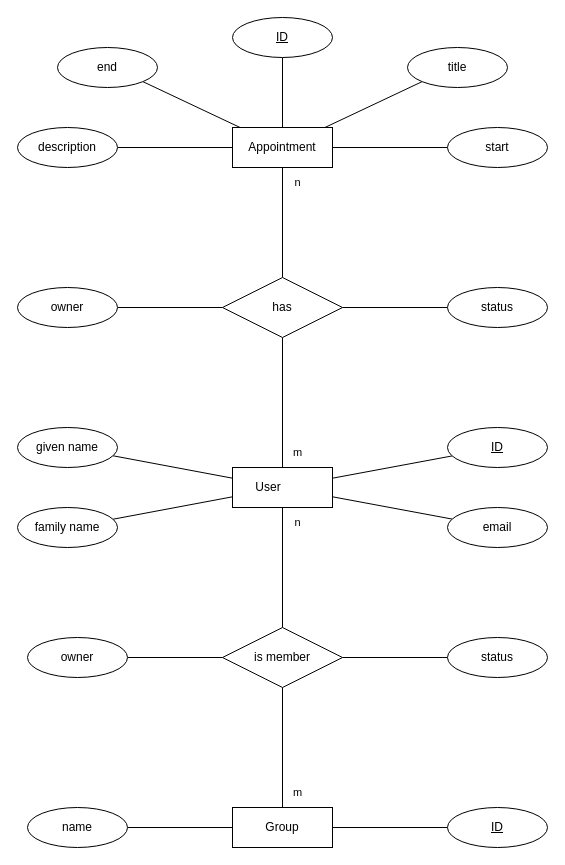
tillpistiak/softwaretechnik-workshop-bht-2023 keeps this draw.io diagram as documentation/diagrams/swt_appointment_er.drawio. Above is the earlier version. Source tidied: cells renumbered, new cells numbered last; positions are measured from the earlier drawing's top-left corner, leaving out a move shared by most shapes. Both pictures are drawn from the tidied source at 100%, with x=0, y=0 at pixel (17, 17).
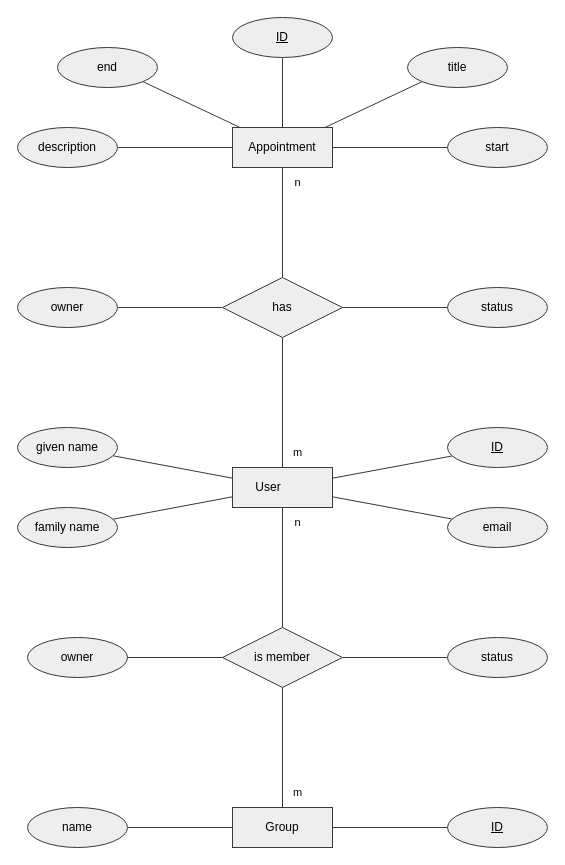
Above is the later version.

What changed in the source:
```diff
@@
-<mxGraphModel>
+<mxGraphModel background="#ffffff">
@@
-    <mxCell id="2" style="rounded=0;jettySize=auto;html=1;entryX=0.5;entryY=1;entryDx=0;entryDy=0;endArrow=none;endFill=0;" parent="1" edge="1" source="6" target="24">
+    <mxCell id="2" style="rounded=0;jettySize=auto;html=1;entryX=0.5;entryY=1;entryDx=0;entryDy=0;endArrow=none;endFill=0;labelBackgroundColor=none;fillColor=#eeeeee;strokeColor=#36393d;fontColor=#000000;" parent="1" edge="1" source="6" target="24">
       <mxGeometry relative="1" as="geometry" />
     </mxCell>
-    <mxCell id="3" style="edgeStyle=none;shape=connector;rounded=0;jettySize=auto;html=1;labelBackgroundColor=default;strokeColor=default;align=center;verticalAlign=middle;fontFamily=Helvetica;fontSize=11;fontColor=default;startArrow=none;startFill=0;endArrow=none;endFill=0;" parent="1" edge="1" source="6" target="15">
+    <mxCell id="3" style="edgeStyle=none;shape=connector;rounded=0;jettySize=auto;html=1;labelBackgroundColor=none;strokeColor=#36393d;align=center;verticalAlign=middle;fontFamily=Helvetica;fontSize=11;fontColor=#000000;startArrow=none;startFill=0;endArrow=none;endFill=0;fillColor=#eeeeee;" parent="1" edge="1" source="6" target="15">
       <mxGeometry relative="1" as="geometry" />
     </mxCell>
-    <mxCell id="4" style="edgeStyle=none;shape=connector;rounded=0;jettySize=auto;html=1;labelBackgroundColor=default;strokeColor=default;align=center;verticalAlign=middle;fontFamily=Helvetica;fontSize=11;fontColor=default;startArrow=none;startFill=0;endArrow=none;endFill=0;" parent="1" edge="1" source="6" target="32">
+    <mxCell id="4" style="edgeStyle=none;shape=connector;rounded=0;jettySize=auto;html=1;labelBackgroundColor=none;strokeColor=#36393d;align=center;verticalAlign=middle;fontFamily=Helvetica;fontSize=11;fontColor=#000000;startArrow=none;startFill=0;endArrow=none;endFill=0;fillColor=#eeeeee;" parent="1" edge="1" source="6" target="32">
       <mxGeometry relative="1" as="geometry" />
     </mxCell>
-    <mxCell id="5" style="edgeStyle=none;shape=connector;rounded=0;jettySize=auto;html=1;entryX=0.5;entryY=0;entryDx=0;entryDy=0;labelBackgroundColor=default;strokeColor=default;align=center;verticalAlign=middle;fontFamily=Helvetica;fontSize=11;fontColor=default;startArrow=none;startFill=0;endArrow=none;endFill=0;" parent="1" edge="1" source="6" target="35">
+    <mxCell id="5" style="edgeStyle=none;shape=connector;rounded=0;jettySize=auto;html=1;entryX=0.5;entryY=0;entryDx=0;entryDy=0;labelBackgroundColor=none;strokeColor=#36393d;align=center;verticalAlign=middle;fontFamily=Helvetica;fontSize=11;fontColor=#000000;startArrow=none;startFill=0;endArrow=none;endFill=0;fillColor=#eeeeee;" parent="1" edge="1" source="6" target="35">
       <mxGeometry relative="1" as="geometry" />
     </mxCell>
-    <mxCell id="6" value="User&lt;span style=&quot;white-space: pre;&quot;&gt;&#9;&lt;/span&gt;" style="whiteSpace=wrap;html=1;align=center;" parent="1" vertex="1">
+    <mxCell id="6" value="User&lt;span style=&quot;white-space: pre;&quot;&gt;&#9;&lt;/span&gt;" style="whiteSpace=wrap;html=1;align=center;labelBackgroundColor=none;fillColor=#eeeeee;strokeColor=#36393d;fontColor=#000000;" parent="1" vertex="1">
       <mxGeometry x="215" y="450" width="100" height="40" as="geometry" />
     </mxCell>
-    <mxCell id="7" style="rounded=0;jettySize=auto;html=1;entryX=1;entryY=1;entryDx=0;entryDy=0;endArrow=none;endFill=0;" parent="1" edge="1" source="11" target="20">
+    <mxCell id="7" style="rounded=0;jettySize=auto;html=1;entryX=1;entryY=1;entryDx=0;entryDy=0;endArrow=none;endFill=0;labelBackgroundColor=none;fillColor=#eeeeee;strokeColor=#36393d;fontColor=#000000;" parent="1" edge="1" source="11" target="20">
       <mxGeometry relative="1" as="geometry" />
     </mxCell>
-    <mxCell id="8" style="edgeStyle=orthogonalEdgeStyle;rounded=0;jettySize=auto;html=1;entryX=0.5;entryY=1;entryDx=0;entryDy=0;endArrow=none;endFill=0;" parent="1" edge="1" source="11" target="14">
+    <mxCell id="8" style="edgeStyle=orthogonalEdgeStyle;rounded=0;jettySize=auto;html=1;entryX=0.5;entryY=1;entryDx=0;entryDy=0;endArrow=none;endFill=0;labelBackgroundColor=none;fillColor=#eeeeee;strokeColor=#36393d;fontColor=#000000;" parent="1" edge="1" source="11" target="14">
       <mxGeometry relative="1" as="geometry" />
     </mxCell>
-    <mxCell id="9" style="rounded=0;jettySize=auto;html=1;entryX=0;entryY=1;entryDx=0;entryDy=0;endArrow=none;endFill=0;" parent="1" edge="1" source="11" target="17">
+    <mxCell id="9" style="rounded=0;jettySize=auto;html=1;entryX=0;entryY=1;entryDx=0;entryDy=0;endArrow=none;endFill=0;labelBackgroundColor=none;fillColor=#eeeeee;strokeColor=#36393d;fontColor=#000000;" parent="1" edge="1" source="11" target="17">
       <mxGeometry relative="1" as="geometry" />
     </mxCell>
-    <mxCell id="10" style="rounded=0;jettySize=auto;html=1;startArrow=none;startFill=0;endArrow=none;endFill=0;" parent="1" edge="1" source="11" target="24">
+    <mxCell id="10" style="rounded=0;jettySize=auto;html=1;startArrow=none;startFill=0;endArrow=none;endFill=0;labelBackgroundColor=none;fillColor=#eeeeee;strokeColor=#36393d;fontColor=#000000;" parent="1" edge="1" source="11" target="24">
       <mxGeometry relative="1" as="geometry" />
     </mxCell>
-    <mxCell id="11" value="Appointment" style="whiteSpace=wrap;html=1;align=center;" parent="1" vertex="1">
+    <mxCell id="11" value="Appointment" style="whiteSpace=wrap;html=1;align=center;labelBackgroundColor=none;fillColor=#eeeeee;strokeColor=#36393d;fontColor=#000000;" parent="1" vertex="1">
       <mxGeometry x="215" y="110" width="100" height="40" as="geometry" />
     </mxCell>
-    <mxCell id="12" style="edgeStyle=none;shape=connector;rounded=0;jettySize=auto;html=1;labelBackgroundColor=default;strokeColor=default;align=center;verticalAlign=middle;fontFamily=Helvetica;fontSize=11;fontColor=default;startArrow=none;startFill=0;endArrow=none;endFill=0;" parent="1" edge="1" source="13" target="16">
+    <mxCell id="12" style="edgeStyle=none;shape=connector;rounded=0;jettySize=auto;html=1;labelBackgroundColor=none;strokeColor=#36393d;align=center;verticalAlign=middle;fontFamily=Helvetica;fontSize=11;fontColor=#000000;startArrow=none;startFill=0;endArrow=none;endFill=0;fillColor=#eeeeee;" parent="1" edge="1" source="13" target="16">
       <mxGeometry relative="1" as="geometry" />
     </mxCell>
-    <mxCell id="13" value="Group" style="whiteSpace=wrap;html=1;align=center;" parent="1" vertex="1">
+    <mxCell id="13" value="Group" style="whiteSpace=wrap;html=1;align=center;labelBackgroundColor=none;fillColor=#eeeeee;strokeColor=#36393d;fontColor=#000000;" parent="1" vertex="1">
       <mxGeometry x="215" y="790" width="100" height="40" as="geometry" />
     </mxCell>
-    <mxCell id="14" value="ID" style="ellipse;whiteSpace=wrap;html=1;align=center;fontStyle=4;" parent="1" vertex="1">
+    <mxCell id="14" value="ID" style="ellipse;whiteSpace=wrap;html=1;align=center;fontStyle=4;labelBackgroundColor=none;fillColor=#eeeeee;strokeColor=#36393d;fontColor=#000000;" parent="1" vertex="1">
       <mxGeometry x="215" width="100" height="40" as="geometry" />
     </mxCell>
-    <mxCell id="15" value="ID" style="ellipse;whiteSpace=wrap;html=1;align=center;fontStyle=4;" parent="1" vertex="1">
+    <mxCell id="15" value="ID" style="ellipse;whiteSpace=wrap;html=1;align=center;fontStyle=4;labelBackgroundColor=none;fillColor=#eeeeee;strokeColor=#36393d;fontColor=#000000;" parent="1" vertex="1">
       <mxGeometry x="430" y="410" width="100" height="40" as="geometry" />
     </mxCell>
-    <mxCell id="16" value="ID" style="ellipse;whiteSpace=wrap;html=1;align=center;fontStyle=4;" parent="1" vertex="1">
+    <mxCell id="16" value="ID" style="ellipse;whiteSpace=wrap;html=1;align=center;fontStyle=4;labelBackgroundColor=none;fillColor=#eeeeee;strokeColor=#36393d;fontColor=#000000;" parent="1" vertex="1">
       <mxGeometry x="430" y="790" width="100" height="40" as="geometry" />
     </mxCell>
-    <mxCell id="17" value="title" style="ellipse;whiteSpace=wrap;html=1;align=center;" parent="1" vertex="1">
+    <mxCell id="17" value="title" style="ellipse;whiteSpace=wrap;html=1;align=center;labelBackgroundColor=none;fillColor=#eeeeee;strokeColor=#36393d;fontColor=#000000;" parent="1" vertex="1">
       <mxGeometry x="390" y="30" width="100" height="40" as="geometry" />
     </mxCell>
-    <mxCell id="18" style="rounded=0;jettySize=auto;html=1;endArrow=none;endFill=0;" parent="1" edge="1" source="19" target="11">
+    <mxCell id="18" style="rounded=0;jettySize=auto;html=1;endArrow=none;endFill=0;labelBackgroundColor=none;fillColor=#eeeeee;strokeColor=#36393d;fontColor=#000000;" parent="1" edge="1" source="19" target="11">
       <mxGeometry relative="1" as="geometry" />
     </mxCell>
-    <mxCell id="19" value="start" style="ellipse;whiteSpace=wrap;html=1;align=center;" parent="1" vertex="1">
+    <mxCell id="19" value="start" style="ellipse;whiteSpace=wrap;html=1;align=center;labelBackgroundColor=none;fillColor=#eeeeee;strokeColor=#36393d;fontColor=#000000;" parent="1" vertex="1">
       <mxGeometry x="430" y="110" width="100" height="40" as="geometry" />
     </mxCell>
-    <mxCell id="20" value="end" style="ellipse;whiteSpace=wrap;html=1;align=center;" parent="1" vertex="1">
+    <mxCell id="20" value="end" style="ellipse;whiteSpace=wrap;html=1;align=center;labelBackgroundColor=none;fillColor=#eeeeee;strokeColor=#36393d;fontColor=#000000;" parent="1" vertex="1">
       <mxGeometry x="40" y="30" width="100" height="40" as="geometry" />
     </mxCell>
-    <mxCell id="21" style="edgeStyle=orthogonalEdgeStyle;rounded=0;jettySize=auto;html=1;endArrow=none;endFill=0;" parent="1" edge="1" source="22" target="11">
+    <mxCell id="21" style="edgeStyle=orthogonalEdgeStyle;rounded=0;jettySize=auto;html=1;endArrow=none;endFill=0;labelBackgroundColor=none;fillColor=#eeeeee;strokeColor=#36393d;fontColor=#000000;" parent="1" edge="1" source="22" target="11">
       <mxGeometry relative="1" as="geometry" />
     </mxCell>
-    <mxCell id="22" value="description" style="ellipse;whiteSpace=wrap;html=1;align=center;" parent="1" vertex="1">
+    <mxCell id="22" value="description" style="ellipse;whiteSpace=wrap;html=1;align=center;labelBackgroundColor=none;fillColor=#eeeeee;strokeColor=#36393d;fontColor=#000000;" parent="1" vertex="1">
       <mxGeometry y="110" width="100" height="40" as="geometry" />
     </mxCell>
-    <mxCell id="23" style="edgeStyle=none;shape=connector;rounded=0;jettySize=auto;html=1;labelBackgroundColor=default;strokeColor=default;align=center;verticalAlign=middle;fontFamily=Helvetica;fontSize=11;fontColor=default;startArrow=none;startFill=0;endArrow=none;endFill=0;" parent="1" edge="1" source="24" target="25">
+    <mxCell id="23" style="edgeStyle=none;shape=connector;rounded=0;jettySize=auto;html=1;labelBackgroundColor=none;strokeColor=#36393d;align=center;verticalAlign=middle;fontFamily=Helvetica;fontSize=11;fontColor=#000000;startArrow=none;startFill=0;endArrow=none;endFill=0;fillColor=#eeeeee;" parent="1" edge="1" source="24" target="25">
       <mxGeometry relative="1" as="geometry" />
     </mxCell>
-    <mxCell id="24" value="has" style="shape=rhombus;perimeter=rhombusPerimeter;whiteSpace=wrap;html=1;align=center;" parent="1" vertex="1">
+    <mxCell id="24" value="has" style="shape=rhombus;perimeter=rhombusPerimeter;whiteSpace=wrap;html=1;align=center;labelBackgroundColor=none;fillColor=#eeeeee;strokeColor=#36393d;fontColor=#000000;" parent="1" vertex="1">
       <mxGeometry x="205" y="260" width="120" height="60" as="geometry" />
     </mxCell>
-    <mxCell id="25" value="status" style="ellipse;whiteSpace=wrap;html=1;align=center;" parent="1" vertex="1">
+    <mxCell id="25" value="status" style="ellipse;whiteSpace=wrap;html=1;align=center;labelBackgroundColor=none;fillColor=#eeeeee;strokeColor=#36393d;fontColor=#000000;" parent="1" vertex="1">
       <mxGeometry x="430" y="270" width="100" height="40" as="geometry" />
     </mxCell>
-    <mxCell id="26" style="edgeStyle=none;shape=connector;rounded=0;jettySize=auto;html=1;labelBackgroundColor=default;strokeColor=default;align=center;verticalAlign=middle;fontFamily=Helvetica;fontSize=11;fontColor=default;startArrow=none;startFill=0;endArrow=none;endFill=0;" parent="1" edge="1" source="27" target="24">
+    <mxCell id="26" style="edgeStyle=none;shape=connector;rounded=0;jettySize=auto;html=1;labelBackgroundColor=none;strokeColor=#36393d;align=center;verticalAlign=middle;fontFamily=Helvetica;fontSize=11;fontColor=#000000;startArrow=none;startFill=0;endArrow=none;endFill=0;fillColor=#eeeeee;" parent="1" edge="1" source="27" target="24">
       <mxGeometry relative="1" as="geometry" />
     </mxCell>
-    <mxCell id="27" value="owner" style="ellipse;whiteSpace=wrap;html=1;align=center;" parent="1" vertex="1">
+    <mxCell id="27" value="owner" style="ellipse;whiteSpace=wrap;html=1;align=center;labelBackgroundColor=none;fillColor=#eeeeee;strokeColor=#36393d;fontColor=#000000;" parent="1" vertex="1">
       <mxGeometry y="270" width="100" height="40" as="geometry" />
     </mxCell>
-    <mxCell id="28" style="edgeStyle=none;shape=connector;rounded=0;jettySize=auto;html=1;labelBackgroundColor=default;strokeColor=default;align=center;verticalAlign=middle;fontFamily=Helvetica;fontSize=11;fontColor=default;startArrow=none;startFill=0;endArrow=none;endFill=0;" parent="1" edge="1" source="29" target="6">
+    <mxCell id="28" style="edgeStyle=none;shape=connector;rounded=0;jettySize=auto;html=1;labelBackgroundColor=none;strokeColor=#36393d;align=center;verticalAlign=middle;fontFamily=Helvetica;fontSize=11;fontColor=#000000;startArrow=none;startFill=0;endArrow=none;endFill=0;fillColor=#eeeeee;" parent="1" edge="1" source="29" target="6">
       <mxGeometry relative="1" as="geometry" />
     </mxCell>
-    <mxCell id="29" value="given name" style="ellipse;whiteSpace=wrap;html=1;align=center;" parent="1" vertex="1">
+    <mxCell id="29" value="given name" style="ellipse;whiteSpace=wrap;html=1;align=center;labelBackgroundColor=none;fillColor=#eeeeee;strokeColor=#36393d;fontColor=#000000;" parent="1" vertex="1">
       <mxGeometry y="410" width="100" height="40" as="geometry" />
     </mxCell>
-    <mxCell id="30" style="edgeStyle=none;shape=connector;rounded=0;jettySize=auto;html=1;labelBackgroundColor=default;strokeColor=default;align=center;verticalAlign=middle;fontFamily=Helvetica;fontSize=11;fontColor=default;startArrow=none;startFill=0;endArrow=none;endFill=0;" parent="1" edge="1" source="31" target="6">
+    <mxCell id="30" style="edgeStyle=none;shape=connector;rounded=0;jettySize=auto;html=1;labelBackgroundColor=none;strokeColor=#36393d;align=center;verticalAlign=middle;fontFamily=Helvetica;fontSize=11;fontColor=#000000;startArrow=none;startFill=0;endArrow=none;endFill=0;fillColor=#eeeeee;" parent="1" edge="1" source="31" target="6">
       <mxGeometry relative="1" as="geometry" />
     </mxCell>
-    <mxCell id="31" value="family name" style="ellipse;whiteSpace=wrap;html=1;align=center;" parent="1" vertex="1">
+    <mxCell id="31" value="family name" style="ellipse;whiteSpace=wrap;html=1;align=center;labelBackgroundColor=none;fillColor=#eeeeee;strokeColor=#36393d;fontColor=#000000;" parent="1" vertex="1">
       <mxGeometry y="490" width="100" height="40" as="geometry" />
     </mxCell>
-    <mxCell id="32" value="email" style="ellipse;whiteSpace=wrap;html=1;align=center;" parent="1" vertex="1">
+    <mxCell id="32" value="email" style="ellipse;whiteSpace=wrap;html=1;align=center;labelBackgroundColor=none;fillColor=#eeeeee;strokeColor=#36393d;fontColor=#000000;" parent="1" vertex="1">
       <mxGeometry x="430" y="490" width="100" height="40" as="geometry" />
     </mxCell>
-    <mxCell id="33" style="edgeStyle=none;shape=connector;rounded=0;jettySize=auto;html=1;entryX=0.5;entryY=0;entryDx=0;entryDy=0;labelBackgroundColor=default;strokeColor=default;align=center;verticalAlign=middle;fontFamily=Helvetica;fontSize=11;fontColor=default;startArrow=none;startFill=0;endArrow=none;endFill=0;" parent="1" edge="1" source="35" target="13">
+    <mxCell id="33" style="edgeStyle=none;shape=connector;rounded=0;jettySize=auto;html=1;entryX=0.5;entryY=0;entryDx=0;entryDy=0;labelBackgroundColor=none;strokeColor=#36393d;align=center;verticalAlign=middle;fontFamily=Helvetica;fontSize=11;fontColor=#000000;startArrow=none;startFill=0;endArrow=none;endFill=0;fillColor=#eeeeee;" parent="1" edge="1" source="35" target="13">
       <mxGeometry relative="1" as="geometry" />
     </mxCell>
-    <mxCell id="34" style="edgeStyle=none;shape=connector;rounded=0;jettySize=auto;html=1;labelBackgroundColor=default;strokeColor=default;align=center;verticalAlign=middle;fontFamily=Helvetica;fontSize=11;fontColor=default;startArrow=none;startFill=0;endArrow=none;endFill=0;" parent="1" edge="1" source="35" target="38">
+    <mxCell id="34" style="edgeStyle=none;shape=connector;rounded=0;jettySize=auto;html=1;labelBackgroundColor=none;strokeColor=#36393d;align=center;verticalAlign=middle;fontFamily=Helvetica;fontSize=11;fontColor=#000000;startArrow=none;startFill=0;endArrow=none;endFill=0;fillColor=#eeeeee;" parent="1" edge="1" source="35" target="38">
       <mxGeometry relative="1" as="geometry" />
     </mxCell>
-    <mxCell id="35" value="is member" style="shape=rhombus;perimeter=rhombusPerimeter;whiteSpace=wrap;html=1;align=center;" parent="1" vertex="1">
+    <mxCell id="35" value="is member" style="shape=rhombus;perimeter=rhombusPerimeter;whiteSpace=wrap;html=1;align=center;labelBackgroundColor=none;fillColor=#eeeeee;strokeColor=#36393d;fontColor=#000000;" parent="1" vertex="1">
       <mxGeometry x="205" y="610" width="120" height="60" as="geometry" />
     </mxCell>
-    <mxCell id="36" style="edgeStyle=none;shape=connector;rounded=0;jettySize=auto;html=1;labelBackgroundColor=default;strokeColor=default;align=center;verticalAlign=middle;fontFamily=Helvetica;fontSize=11;fontColor=default;startArrow=none;startFill=0;endArrow=none;endFill=0;" parent="1" edge="1" source="37" target="13">
+    <mxCell id="36" style="edgeStyle=none;shape=connector;rounded=0;jettySize=auto;html=1;labelBackgroundColor=none;strokeColor=#36393d;align=center;verticalAlign=middle;fontFamily=Helvetica;fontSize=11;fontColor=#000000;startArrow=none;startFill=0;endArrow=none;endFill=0;fillColor=#eeeeee;" parent="1" edge="1" source="37" target="13">
       <mxGeometry relative="1" as="geometry" />
     </mxCell>
-    <mxCell id="37" value="name" style="ellipse;whiteSpace=wrap;html=1;align=center;" parent="1" vertex="1">
+    <mxCell id="37" value="name" style="ellipse;whiteSpace=wrap;html=1;align=center;labelBackgroundColor=none;fillColor=#eeeeee;strokeColor=#36393d;fontColor=#000000;" parent="1" vertex="1">
       <mxGeometry x="10" y="790" width="100" height="40" as="geometry" />
     </mxCell>
-    <mxCell id="38" value="status" style="ellipse;whiteSpace=wrap;html=1;align=center;" parent="1" vertex="1">
+    <mxCell id="38" value="status" style="ellipse;whiteSpace=wrap;html=1;align=center;labelBackgroundColor=none;fillColor=#eeeeee;strokeColor=#36393d;fontColor=#000000;" parent="1" vertex="1">
       <mxGeometry x="430" y="620" width="100" height="40" as="geometry" />
     </mxCell>
-    <mxCell id="39" style="edgeStyle=none;shape=connector;rounded=0;jettySize=auto;html=1;labelBackgroundColor=default;strokeColor=default;align=center;verticalAlign=middle;fontFamily=Helvetica;fontSize=11;fontColor=default;startArrow=none;startFill=0;endArrow=none;endFill=0;" parent="1" edge="1" source="40" target="35">
+    <mxCell id="39" style="edgeStyle=none;shape=connector;rounded=0;jettySize=auto;html=1;labelBackgroundColor=none;strokeColor=#36393d;align=center;verticalAlign=middle;fontFamily=Helvetica;fontSize=11;fontColor=#000000;startArrow=none;startFill=0;endArrow=none;endFill=0;fillColor=#eeeeee;" parent="1" edge="1" source="40" target="35">
       <mxGeometry relative="1" as="geometry" />
     </mxCell>
-    <mxCell id="40" value="owner" style="ellipse;whiteSpace=wrap;html=1;align=center;" parent="1" vertex="1">
+    <mxCell id="40" value="owner" style="ellipse;whiteSpace=wrap;html=1;align=center;labelBackgroundColor=none;fillColor=#eeeeee;strokeColor=#36393d;fontColor=#000000;" parent="1" vertex="1">
       <mxGeometry x="10" y="620" width="100" height="40" as="geometry" />
     </mxCell>
-    <mxCell id="41" value="n" style="text;html=1;align=center;verticalAlign=middle;strokeColor=none;fillColor=none;fontSize=11;fontFamily=Helvetica;fontColor=default;" parent="1" vertex="1">
+    <mxCell id="41" value="n" style="text;html=1;align=center;verticalAlign=middle;strokeColor=none;fillColor=none;fontSize=11;fontFamily=Helvetica;labelBackgroundColor=none;fontColor=#000000;" parent="1" vertex="1">
       <mxGeometry x="265" y="490" width="30" height="30" as="geometry" />
     </mxCell>
-    <mxCell id="42" value="m" style="text;html=1;align=center;verticalAlign=middle;strokeColor=none;fillColor=none;fontSize=11;fontFamily=Helvetica;fontColor=default;" parent="1" vertex="1">
+    <mxCell id="42" value="m" style="text;html=1;align=center;verticalAlign=middle;strokeColor=none;fillColor=none;fontSize=11;fontFamily=Helvetica;labelBackgroundColor=none;fontColor=#000000;" parent="1" vertex="1">
       <mxGeometry x="265" y="760" width="30" height="30" as="geometry" />
     </mxCell>
-    <mxCell id="43" value="m" style="text;html=1;align=center;verticalAlign=middle;strokeColor=none;fillColor=none;fontSize=11;fontFamily=Helvetica;fontColor=default;" parent="1" vertex="1">
+    <mxCell id="43" value="m" style="text;html=1;align=center;verticalAlign=middle;strokeColor=none;fillColor=none;fontSize=11;fontFamily=Helvetica;labelBackgroundColor=none;fontColor=#000000;" parent="1" vertex="1">
       <mxGeometry x="265" y="420" width="30" height="30" as="geometry" />
     </mxCell>
-    <mxCell id="44" value="n" style="text;html=1;align=center;verticalAlign=middle;strokeColor=none;fillColor=none;fontSize=11;fontFamily=Helvetica;fontColor=default;" parent="1" vertex="1">
+    <mxCell id="44" value="n" style="text;html=1;align=center;verticalAlign=middle;strokeColor=none;fillColor=none;fontSize=11;fontFamily=Helvetica;labelBackgroundColor=none;fontColor=#000000;" parent="1" vertex="1">
       <mxGeometry x="265" y="150" width="30" height="30" as="geometry" />
     </mxCell>
```
